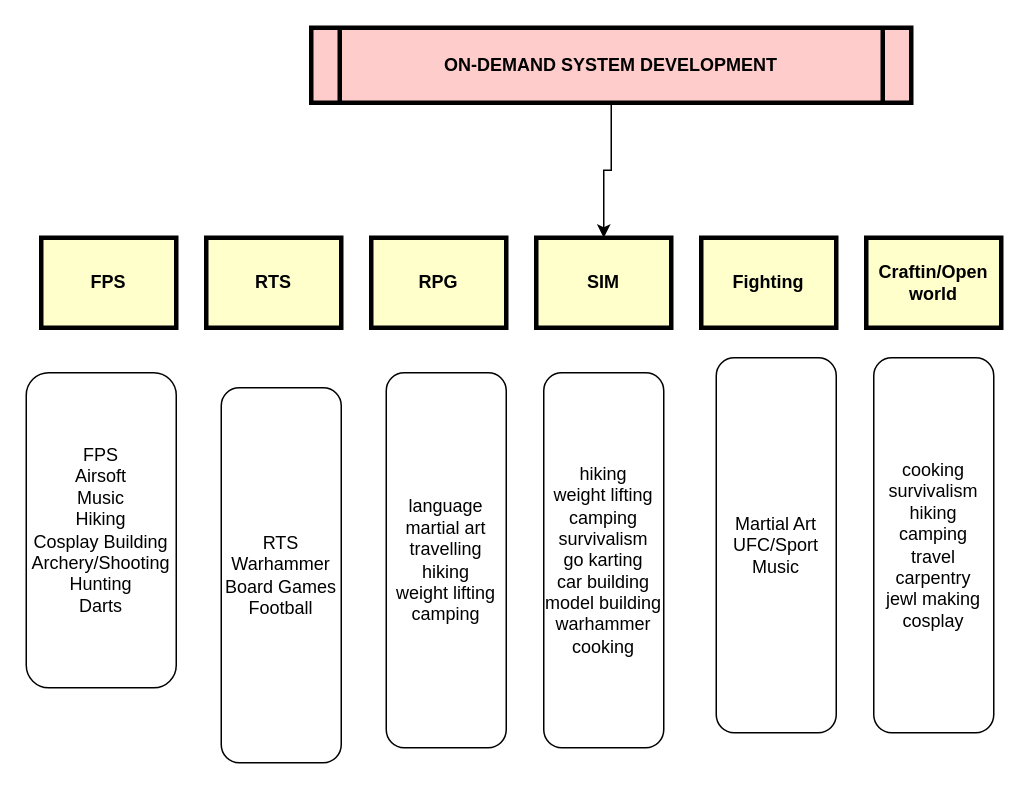
This is Untitled Diagram.drawio from nMckenryan/What2Do-Hobby-Finder, a draw.io file, before an edit. Source tidied: cells renumbered, new cells numbered last; positions are measured from the earlier drawing's top-left corner, leaving out a move shared by most shapes. Both pictures are drawn from the tidied source at 150%, with x=0, y=0 at pixel (26, 27).
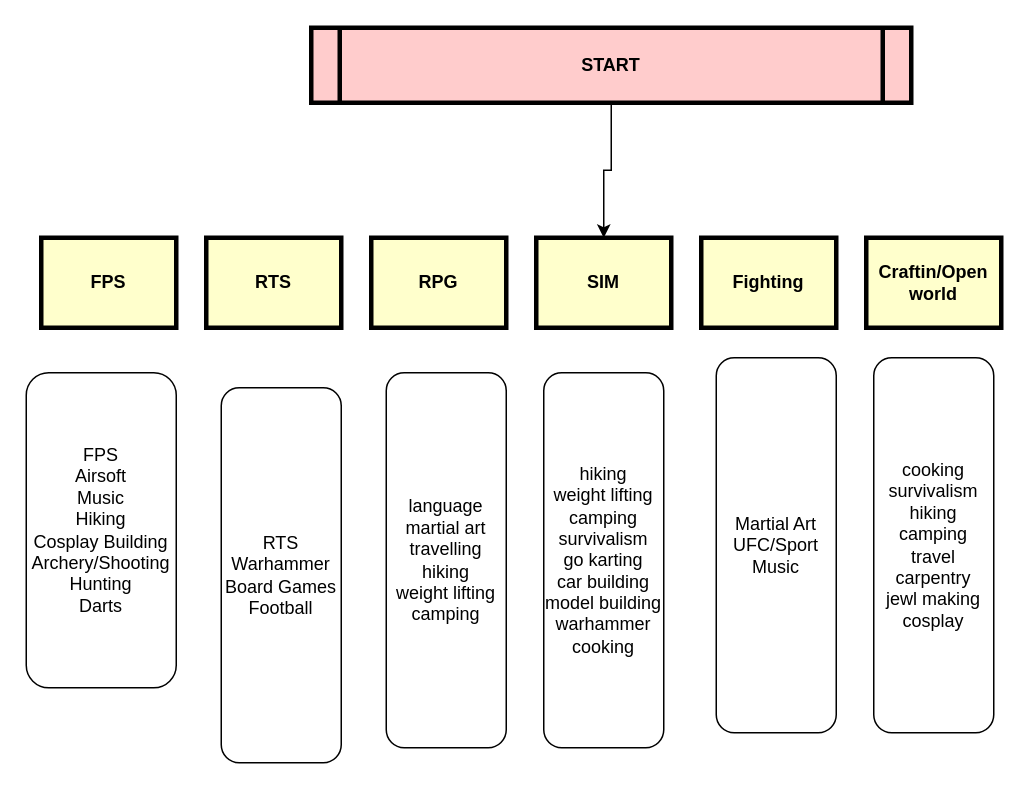
The same page after the edit.

The edit, as a diff of the source:
```diff
@@
 <mxGraphModel background="#ffffff">
   <root>
     <mxCell id="0" />
     <mxCell id="1" parent="0" />
     <mxCell id="2" value="FPS" style="whiteSpace=wrap;align=center;verticalAlign=middle;fontStyle=1;strokeWidth=3;fillColor=#FFFFCC;" parent="1" vertex="1">
       <mxGeometry x="10" y="140" width="90" height="60" as="geometry" />
     </mxCell>
     <mxCell id="3" style="edgeStyle=orthogonalEdgeStyle;rounded=0;jettySize=auto;html=1;exitX=0.5;exitY=1;exitDx=0;exitDy=0;entryX=0.5;entryY=0;entryDx=0;entryDy=0;" parent="1" edge="1" source="4" target="7">
       <mxGeometry relative="1" as="geometry" />
     </mxCell>
-    <mxCell id="4" value="ON-DEMAND SYSTEM DEVELOPMENT" style="shape=process;whiteSpace=wrap;align=center;verticalAlign=middle;size=0.0475;fontStyle=1;strokeWidth=3;fillColor=#FFCCCC;" parent="1" vertex="1">
+    <mxCell id="4" value="START" style="shape=process;whiteSpace=wrap;align=center;verticalAlign=middle;size=0.0475;fontStyle=1;strokeWidth=3;fillColor=#FFCCCC;" parent="1" vertex="1">
       <mxGeometry x="190" width="400" height="50" as="geometry" />
     </mxCell>
     <mxCell id="5" value="RTS" style="whiteSpace=wrap;align=center;verticalAlign=middle;fontStyle=1;strokeWidth=3;fillColor=#FFFFCC;" parent="1" vertex="1">
       <mxGeometry x="120" y="140" width="90" height="60" as="geometry" />
     </mxCell>
     <mxCell id="6" value="RPG" style="whiteSpace=wrap;align=center;verticalAlign=middle;fontStyle=1;strokeWidth=3;fillColor=#FFFFCC;" parent="1" vertex="1">
       <mxGeometry x="230" y="140" width="90" height="60" as="geometry" />
     </mxCell>
     <mxCell id="7" value="SIM" style="whiteSpace=wrap;align=center;verticalAlign=middle;fontStyle=1;strokeWidth=3;fillColor=#FFFFCC;" parent="1" vertex="1">
       <mxGeometry x="340" y="140" width="90" height="60" as="geometry" />
     </mxCell>
     <mxCell id="8" value="Fighting" style="whiteSpace=wrap;align=center;verticalAlign=middle;fontStyle=1;strokeWidth=3;fillColor=#FFFFCC;" parent="1" vertex="1">
       <mxGeometry x="450" y="140" width="90" height="60" as="geometry" />
     </mxCell>
     <mxCell id="9" value="Craftin/Open world" style="whiteSpace=wrap;align=center;verticalAlign=middle;fontStyle=1;strokeWidth=3;fillColor=#FFFFCC;" parent="1" vertex="1">
       <mxGeometry x="560" y="140" width="90" height="60" as="geometry" />
     </mxCell>
     <mxCell id="10" value="FPS&lt;br&gt;Airsoft&lt;br&gt;Music&lt;br&gt;Hiking&lt;br&gt;Cosplay Building&lt;br&gt;Archery/Shooting&lt;br&gt;Hunting&lt;br&gt;Darts&lt;br&gt;" style="rounded=1;whiteSpace=wrap;html=1;" parent="1" vertex="1">
       <mxGeometry y="230" width="100" height="210" as="geometry" />
     </mxCell>
     <mxCell id="11" value="RTS&lt;br&gt;Warhammer&lt;br&gt;Board Games&lt;br&gt;Football&lt;br&gt;" style="rounded=1;whiteSpace=wrap;html=1;" parent="1" vertex="1">
       <mxGeometry x="130" y="240" width="80" height="250" as="geometry" />
     </mxCell>
     <mxCell id="12" value="Martial Art&lt;br&gt;UFC/Sport&lt;br&gt;Music&lt;br&gt;" style="rounded=1;whiteSpace=wrap;html=1;" parent="1" vertex="1">
       <mxGeometry x="460" y="220" width="80" height="250" as="geometry" />
     </mxCell>
     <mxCell id="13" value="language&lt;br&gt;martial art&lt;br&gt;travelling&lt;br&gt;hiking&lt;br&gt;weight lifting&lt;br&gt;camping" style="rounded=1;whiteSpace=wrap;html=1;" parent="1" vertex="1">
       <mxGeometry x="240" y="230" width="80" height="250" as="geometry" />
     </mxCell>
     <mxCell id="14" value="hiking&lt;br&gt;weight lifting&lt;br&gt;camping&lt;br&gt;survivalism&lt;br&gt;go karting&lt;br&gt;car building&lt;br&gt;model building&lt;br&gt;warhammer&lt;br&gt;cooking&lt;br&gt;" style="rounded=1;whiteSpace=wrap;html=1;" parent="1" vertex="1">
       <mxGeometry x="345" y="230" width="80" height="250" as="geometry" />
     </mxCell>
     <mxCell id="15" value="cooking&lt;br&gt;survivalism&lt;br&gt;hiking&lt;br&gt;camping&lt;br&gt;travel&lt;br&gt;carpentry&lt;br&gt;jewl making&lt;br&gt;cosplay&lt;br&gt;" style="rounded=1;whiteSpace=wrap;html=1;" parent="1" vertex="1">
       <mxGeometry x="565" y="220" width="80" height="250" as="geometry" />
     </mxCell>
   </root>
 </mxGraphModel>
```
